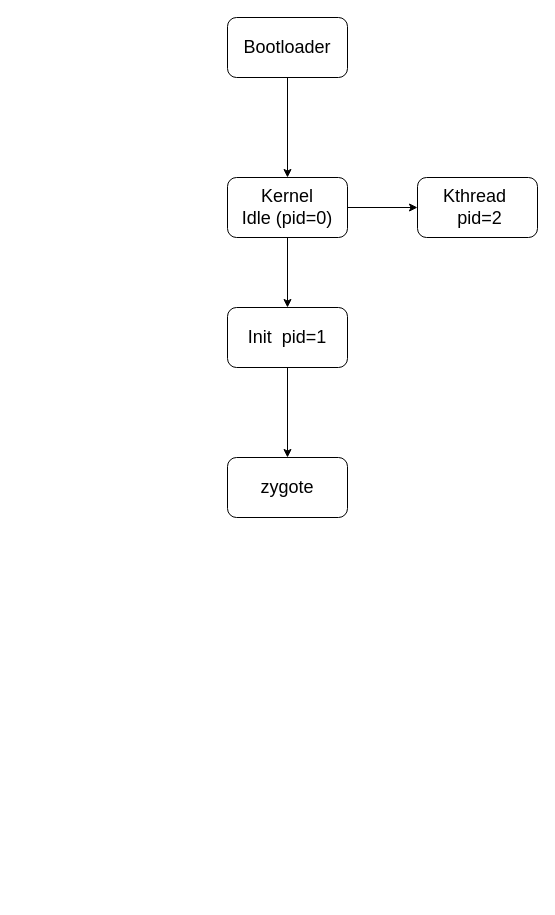
This is 总结.drawio from huang8604/imgRes, a draw.io file, before an edit. Source tidied: cells renumbered, new cells numbered last; positions are measured from the earlier drawing's top-left corner, leaving out a move shared by most shapes. Both pictures are drawn from the tidied source at 100%, with x=0, y=0 at pixel (227, 17).
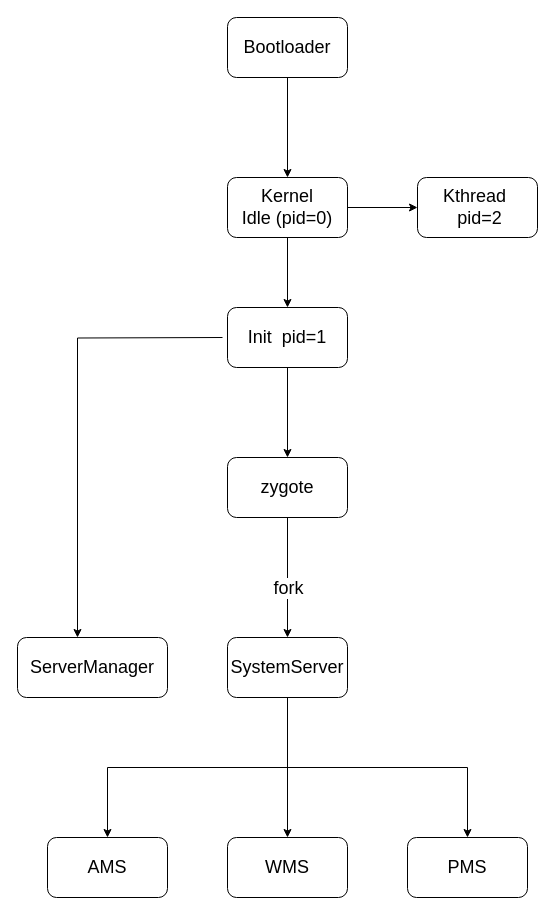
The same diagram, later.

The change refers to these unchanged cells:
```xml
<mxCell id="9" value="zygote" style="rounded=1;whiteSpace=wrap;html=1;fontSize=18;" parent="1" vertex="1">
  <mxGeometry y="440" width="120" height="60" as="geometry" />
</mxCell>
```

Change to the diagram source:
```diff
@@
+    <mxCell id="11" style="edgeStyle=orthogonalEdgeStyle;rounded=0;jettySize=auto;html=1;exitX=0.25;exitY=1;exitDx=0;exitDy=0;entryX=0.4;entryY=0;entryDx=0;entryDy=0;fontFamily=Helvetica;fontSize=18;fontColor=default;entryPerimeter=0;" parent="1" edge="1" target="18">
+      <mxGeometry relative="1" as="geometry">
+        <mxPoint x="-5" y="320" as="sourcePoint" />
+      </mxGeometry>
+    </mxCell>
@@
+    <mxCell id="12" style="endArrow=classic;html=1;rounded=0;fontFamily=Helvetica;fontSize=18;fontColor=default;exitX=0.5;exitY=1;exitDx=0;exitDy=0;entryX=0.5;entryY=0;entryDx=0;entryDy=0;" parent="1" edge="1" source="9" target="17">
+      <mxGeometry relative="1" as="geometry" />
+    </mxCell>
+    <mxCell id="13" value="fork" style="edgeLabel;html=1;align=center;verticalAlign=middle;rounded=1;strokeColor=default;fontFamily=Helvetica;fontSize=18;fontColor=default;fillColor=default;" parent="12" vertex="1">
+      <mxGeometry relative="1" as="geometry">
+        <mxPoint y="10" as="offset" />
+      </mxGeometry>
+    </mxCell>
+    <mxCell id="14" style="edgeStyle=orthogonalEdgeStyle;rounded=0;jettySize=auto;html=1;exitX=0.5;exitY=1;exitDx=0;exitDy=0;entryX=0.5;entryY=0;entryDx=0;entryDy=0;fontFamily=Helvetica;fontSize=18;fontColor=default;" parent="1" edge="1" source="17" target="20">
+      <mxGeometry relative="1" as="geometry" />
+    </mxCell>
+    <mxCell id="15" style="edgeStyle=orthogonalEdgeStyle;rounded=0;jettySize=auto;html=1;exitX=0.5;exitY=1;exitDx=0;exitDy=0;entryX=0.5;entryY=0;entryDx=0;entryDy=0;fontFamily=Helvetica;fontSize=18;fontColor=default;" parent="1" edge="1" source="17" target="19">
+      <mxGeometry relative="1" as="geometry" />
+    </mxCell>
+    <mxCell id="16" style="edgeStyle=orthogonalEdgeStyle;rounded=0;jettySize=auto;html=1;exitX=0.5;exitY=1;exitDx=0;exitDy=0;entryX=0.5;entryY=0;entryDx=0;entryDy=0;fontFamily=Helvetica;fontSize=18;fontColor=default;" parent="1" edge="1" source="17" target="21">
+      <mxGeometry relative="1" as="geometry" />
+    </mxCell>
+    <mxCell id="17" value="SystemServer" style="rounded=1;whiteSpace=wrap;html=1;fontSize=18;strokeColor=default;align=center;verticalAlign=middle;fontFamily=Helvetica;fontColor=default;fillColor=default;" parent="1" vertex="1">
+      <mxGeometry y="620" width="120" height="60" as="geometry" />
+    </mxCell>
+    <mxCell id="18" value="ServerManager" style="rounded=1;whiteSpace=wrap;html=1;fontSize=18;strokeColor=default;align=center;verticalAlign=middle;fontFamily=Helvetica;fontColor=default;fillColor=default;" parent="1" vertex="1">
+      <mxGeometry x="-210" y="620" width="150" height="60" as="geometry" />
+    </mxCell>
+    <mxCell id="19" value="AMS" style="rounded=1;whiteSpace=wrap;html=1;strokeColor=default;align=center;verticalAlign=middle;fontFamily=Helvetica;fontSize=18;fontColor=default;fillColor=default;" parent="1" vertex="1">
+      <mxGeometry x="-180" y="820" width="120" height="60" as="geometry" />
+    </mxCell>
+    <mxCell id="20" value="WMS" style="whiteSpace=wrap;html=1;rounded=1;strokeColor=default;align=center;verticalAlign=middle;fontFamily=Helvetica;fontSize=18;fontColor=default;fillColor=default;" parent="1" vertex="1">
+      <mxGeometry y="820" width="120" height="60" as="geometry" />
+    </mxCell>
+    <mxCell id="21" value="PMS" style="whiteSpace=wrap;html=1;rounded=1;strokeColor=default;align=center;verticalAlign=middle;fontFamily=Helvetica;fontSize=18;fontColor=default;fillColor=default;" parent="1" vertex="1">
+      <mxGeometry x="180" y="820" width="120" height="60" as="geometry" />
+    </mxCell>
```
